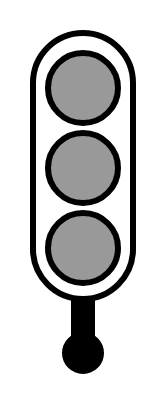
priobike/priobike-flutter-app keeps this draw.io diagram as assets/images/trafficlight-off.drawio. Above is the earlier version. Source tidied: cells renumbered, new cells numbered last; positions are measured from the earlier drawing's top-left corner, leaving out a move shared by most shapes. Both pictures are drawn from the tidied source at 200%, with x=0, y=0 at pixel (32, 32).
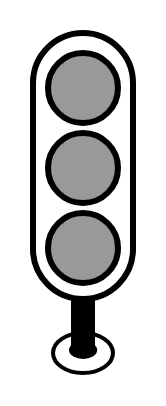
After the change.

Change to the diagram source:
```diff
@@
 <mxGraphModel>
   <root>
     <mxCell id="0" />
     <mxCell id="1" parent="0" />
     <mxCell id="2" style="rounded=1;whiteSpace=wrap;html=1;perimeterSpacing=0;arcSize=50;strokeWidth=3;" parent="1" vertex="1">
       <mxGeometry width="50" height="133" as="geometry" />
     </mxCell>
     <mxCell id="3" style="ellipse;whiteSpace=wrap;html=1;fillColor=#999999;fontColor=#333333;strokeColor=#000000;strokeWidth=3;" parent="1" vertex="1">
       <mxGeometry x="7.5" y="10" width="35" height="35" as="geometry" />
     </mxCell>
     <mxCell id="4" style="ellipse;whiteSpace=wrap;html=1;fillColor=#999999;fontColor=#333333;strokeColor=#000000;strokeWidth=3;" parent="1" vertex="1">
       <mxGeometry x="7.5" y="50" width="35" height="35" as="geometry" />
     </mxCell>
-    <mxCell id="5" style="ellipse;whiteSpace=wrap;html=1;fillColor=#999999;fontColor=#333333;strokeColor=#000000;strokeWidth=3;" parent="1" vertex="1">
+    <mxCell id="5" style="ellipse;whiteSpace=wrap;html=1;fillColor=#999999;fontColor=#333333;strokeColor=#000000;strokeWidth=3;shadow=0;" parent="1" vertex="1">
       <mxGeometry x="7.5" y="90" width="35" height="35" as="geometry" />
     </mxCell>
+    <mxCell id="8" style="ellipse;whiteSpace=wrap;html=1;strokeWidth=2;" parent="1" vertex="1">
+      <mxGeometry x="10" y="150" width="30" height="20" as="geometry" />
+    </mxCell>
+    <mxCell id="9" style="ellipse;whiteSpace=wrap;html=1;strokeWidth=3;strokeColor=none;fillColor=#000000;" parent="1" vertex="1">
+      <mxGeometry x="18" y="154" width="14.1" height="9" as="geometry" />
+    </mxCell>
     <mxCell id="6" style="endArrow=none;html=1;rounded=0;exitX=0.5;exitY=1;exitDx=0;exitDy=0;strokeWidth=12;" parent="1" edge="1" source="2">
       <mxGeometry relative="1" as="geometry">
         <mxPoint x="25" y="160" as="targetPoint" />
       </mxGeometry>
     </mxCell>
-    <mxCell id="7" style="ellipse;whiteSpace=wrap;html=1;fillColor=#000000;" parent="1" vertex="1">
-      <mxGeometry x="15" y="150" width="20" height="20" as="geometry" />
-    </mxCell>
   </root>
 </mxGraphModel>
```
